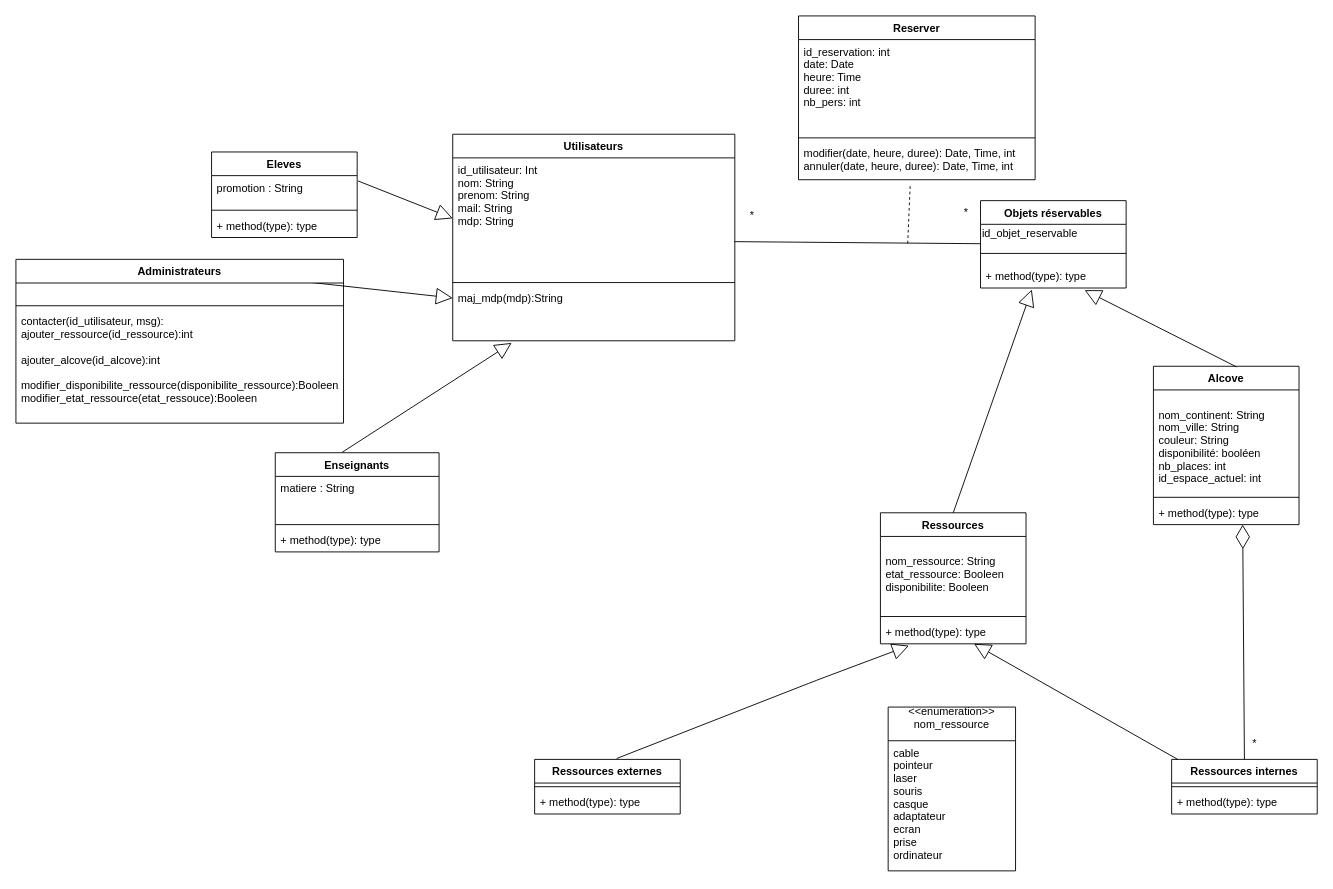
The draw.io diagram Diagramme de classe - BE bibliotheque.drawio in antwaneourcq/BE_WEB_biblio, before the edit. Source tidied: cells renumbered, new cells numbered last; positions are measured from the earlier drawing's top-left corner, leaving out a move shared by most shapes. Both pictures are drawn from the tidied source at 91%, with x=0, y=0 at pixel (15, 15).
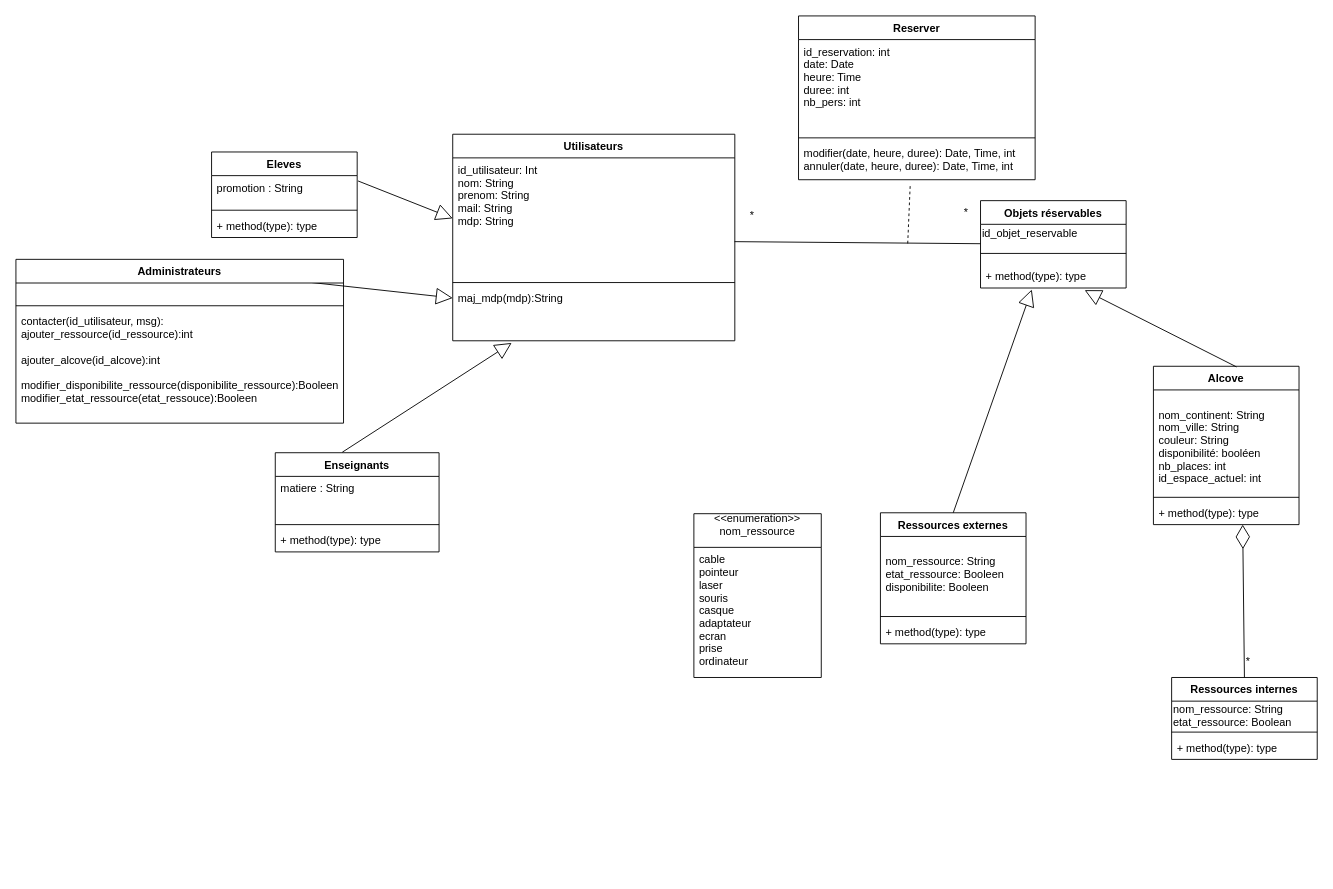
Above is the later version.

Commit message:
suppression de la classe Ressource

The change refers to these unchanged cells:
```xml
<mxCell id="29" value="+ method(type): type" style="text;strokeColor=none;fillColor=none;align=left;verticalAlign=top;spacingLeft=4;spacingRight=4;overflow=hidden;points=[[0,0.5],[1,0.5]];portConstraint=eastwest;" parent="26" vertex="1">
  <mxGeometry y="118" width="160" height="26" as="geometry" />
</mxCell>
```

What changed in the source:
```diff
@@
     <mxCell id="22" value="Ressources internes" style="swimlane;fontStyle=1;align=center;verticalAlign=top;horizontal=1;startSize=26;" parent="1" vertex="1">
-      <mxGeometry x="1270" y="817" width="160" height="60" as="geometry" />
+      <mxGeometry x="1270" y="727" width="160" height="90" as="geometry" />
     </mxCell>
+    <mxCell id="55" value="&lt;div&gt;nom_ressource: String&lt;/div&gt;&lt;div&gt;etat_ressource: Boolean&lt;br&gt;&lt;/div&gt;" style="text;html=1;align=left;verticalAlign=top;spacingTop=-4;" parent="22" vertex="1">
+      <mxGeometry y="26" width="160" height="30" as="geometry" />
+    </mxCell>
     <mxCell id="23" style="line;strokeWidth=1;fillColor=none;align=left;verticalAlign=middle;spacingTop=-1;spacingLeft=3;spacingRight=3;labelPosition=right;" parent="22" vertex="1">
-      <mxGeometry y="26" width="160" height="8" as="geometry" />
+      <mxGeometry y="56" width="160" height="8" as="geometry" />
     </mxCell>
     <mxCell id="24" value="+ method(type): type" style="text;strokeColor=none;fillColor=none;align=left;verticalAlign=top;spacingLeft=4;spacingRight=4;overflow=hidden;" parent="22" vertex="1">
-      <mxGeometry y="34" width="160" height="26" as="geometry" />
+      <mxGeometry y="64" width="160" height="26" as="geometry" />
     </mxCell>
@@
-    <mxCell id="26" value="Ressources" style="swimlane;fontStyle=1;align=center;verticalAlign=top;horizontal=1;startSize=26;" parent="1" vertex="1">
+    <mxCell id="26" value="Ressources externes" style="swimlane;fontStyle=1;align=center;verticalAlign=top;horizontal=1;startSize=26;" parent="1" vertex="1">
       <mxGeometry x="950" y="546" width="160" height="144" as="geometry" />
     </mxCell>
@@
-    <mxCell id="34" style="endArrow=block;endSize=16;endFill=0;html=1;exitX=0.043;exitY=0.002;exitDx=0;exitDy=0;exitPerimeter=0;" parent="1" edge="1" source="22" target="29">
-      <mxGeometry relative="1" as="geometry" />
-    </mxCell>
@@
-    <mxCell id="36" value="Ressources externes" style="swimlane;fontStyle=1;align=center;verticalAlign=top;horizontal=1;startSize=26;" parent="1" vertex="1">
-      <mxGeometry x="570" y="817" width="160" height="60" as="geometry" />
-    </mxCell>
-    <mxCell id="37" style="line;strokeWidth=1;fillColor=none;align=left;verticalAlign=middle;spacingTop=-1;spacingLeft=3;spacingRight=3;labelPosition=right;" parent="36" vertex="1">
-      <mxGeometry y="26" width="160" height="8" as="geometry" />
-    </mxCell>
-    <mxCell id="38" value="+ method(type): type" style="text;strokeColor=none;fillColor=none;align=left;verticalAlign=top;spacingLeft=4;spacingRight=4;overflow=hidden;" parent="36" vertex="1">
-      <mxGeometry y="34" width="160" height="26" as="geometry" />
-    </mxCell>
-    <mxCell id="39" style="endArrow=block;endSize=16;endFill=0;html=1;exitX=0.563;exitY=-0.016;exitDx=0;exitDy=0;exitPerimeter=0;entryX=0.196;entryY=1.077;entryDx=0;entryDy=0;entryPerimeter=0;" parent="1" edge="1" source="36" target="29">
-      <mxGeometry relative="1" as="geometry">
-        <Array as="points">
-          <mxPoint x="880" y="730" />
-        </Array>
-      </mxGeometry>
-    </mxCell>
     <mxCell id="40" value="&lt;&lt;enumeration&gt;&gt;&#10;nom_ressource&#10;" style="swimlane;fontStyle=0;horizontal=1;startSize=37;fillColor=none;" parent="1" vertex="1">
-      <mxGeometry x="958.5" y="759.5" width="140" height="180" as="geometry" />
+      <mxGeometry x="745" y="547" width="140" height="180" as="geometry" />
     </mxCell>
@@
     <mxCell id="48" value="*&lt;br&gt;" style="text;html=1;align=left;verticalAlign=top;spacingTop=-4;" parent="1" vertex="1">
-      <mxGeometry x="1357" y="789.5" width="20" height="20" as="geometry" />
+      <mxGeometry x="1350" y="700" width="20" height="20" as="geometry" />
     </mxCell>
```
